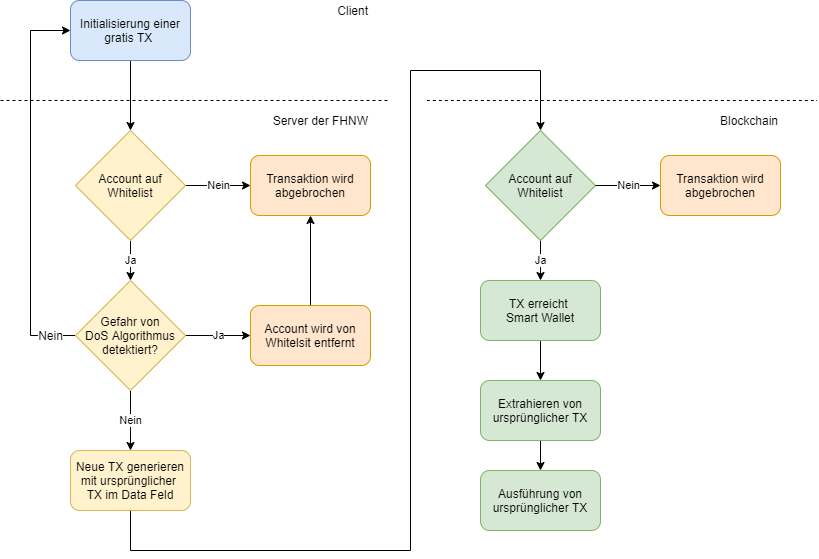
The draw.io diagram Report/images/flow_solution3_v2.png in Geryones/BlockChain_TransactionManager, before a commit. Source tidied: cells renumbered, new cells last; positions are measured from the earlier drawing's top-left corner, leaving out a move shared by most shapes. The source it was exported from:
```xml
<mxGraphModel>
  <root>
    <mxCell id="0" />
    <mxCell id="1" parent="0" />
    <mxCell id="2" style="edgeStyle=orthogonalEdgeStyle;rounded=0;jettySize=auto;html=1;entryX=0.5;entryY=0;entryDx=0;entryDy=0;" parent="1" edge="1" source="3" target="9">
      <mxGeometry relative="1" as="geometry" />
    </mxCell>
    <mxCell id="3" value="Initialisierung einer gratis TX&amp;nbsp;" style="rounded=1;whiteSpace=wrap;html=1;fillColor=#dae8fc;strokeColor=#6c8ebf;" parent="1" vertex="1">
      <mxGeometry x="70" width="120" height="60" as="geometry" />
    </mxCell>
    <mxCell id="4" style="endArrow=none;dashed=1;html=1;" parent="1" edge="1">
      <mxGeometry relative="1" as="geometry">
        <mxPoint y="100" as="sourcePoint" />
        <mxPoint x="390" y="100" as="targetPoint" />
      </mxGeometry>
    </mxCell>
    <mxCell id="5" value="Client" style="text;html=1;strokeColor=none;fillColor=none;align=right;verticalAlign=middle;whiteSpace=wrap;rounded=0;" parent="1" vertex="1">
      <mxGeometry x="330" width="40" height="20" as="geometry" />
    </mxCell>
    <mxCell id="6" value="Server der FHNW" style="text;html=1;strokeColor=none;fillColor=none;align=right;verticalAlign=middle;whiteSpace=wrap;rounded=0;" parent="1" vertex="1">
      <mxGeometry x="260" y="110" width="110" height="20" as="geometry" />
    </mxCell>
    <mxCell id="7" value="Nein" style="edgeStyle=orthogonalEdgeStyle;rounded=0;jettySize=auto;html=1;" parent="1" edge="1" source="9" target="10">
      <mxGeometry relative="1" as="geometry" />
    </mxCell>
    <mxCell id="8" value="Ja" style="edgeStyle=orthogonalEdgeStyle;rounded=0;jettySize=auto;html=1;entryX=0.5;entryY=0;entryDx=0;entryDy=0;" parent="1" edge="1" source="9" target="21">
      <mxGeometry relative="1" as="geometry" />
    </mxCell>
    <mxCell id="9" value="Account auf&lt;br&gt;&lt;div style=&quot;&quot;&gt;&lt;span&gt;Whitelist&lt;/span&gt;&lt;/div&gt;" style="rhombus;whiteSpace=wrap;html=1;align=center;fillColor=#fff2cc;strokeColor=#d6b656;" parent="1" vertex="1">
      <mxGeometry x="75" y="130" width="110" height="110" as="geometry" />
    </mxCell>
    <mxCell id="10" value="Transaktion wird&lt;br&gt;abgebrochen" style="rounded=1;whiteSpace=wrap;html=1;align=center;fillColor=#ffe6cc;strokeColor=#d79b00;" parent="1" vertex="1">
      <mxGeometry x="250" y="155" width="120" height="60" as="geometry" />
    </mxCell>
    <mxCell id="11" style="edgeStyle=orthogonalEdgeStyle;rounded=0;jettySize=auto;html=1;entryX=0.5;entryY=0;entryDx=0;entryDy=0;exitX=0.5;exitY=1;exitDx=0;exitDy=0;" parent="1" edge="1" source="12" target="23">
      <mxGeometry relative="1" as="geometry">
        <Array as="points">
          <mxPoint x="130" y="550" />
          <mxPoint x="410" y="550" />
          <mxPoint x="410" y="70" />
          <mxPoint x="540" y="70" />
        </Array>
      </mxGeometry>
    </mxCell>
    <mxCell id="12" value="Neue TX generieren&lt;br&gt;mit ursprünglicher &lt;br&gt;TX im Data Feld" style="rounded=1;whiteSpace=wrap;html=1;align=center;fillColor=#fff2cc;strokeColor=#d6b656;" parent="1" vertex="1">
      <mxGeometry x="70" y="450" width="120" height="60" as="geometry" />
    </mxCell>
    <mxCell id="13" style="edgeStyle=orthogonalEdgeStyle;rounded=0;jettySize=auto;html=1;entryX=0.5;entryY=1;entryDx=0;entryDy=0;" parent="1" edge="1" source="14" target="10">
      <mxGeometry relative="1" as="geometry" />
    </mxCell>
    <mxCell id="14" value="Account wird von&lt;br&gt;Whitelsit entfernt" style="rounded=1;whiteSpace=wrap;html=1;align=center;fillColor=#ffe6cc;strokeColor=#d79b00;" parent="1" vertex="1">
      <mxGeometry x="250" y="305" width="120" height="60" as="geometry" />
    </mxCell>
    <mxCell id="15" style="endArrow=none;dashed=1;html=1;" parent="1" edge="1">
      <mxGeometry relative="1" as="geometry">
        <mxPoint x="426.3" y="100" as="sourcePoint" />
        <mxPoint x="816.3" y="100" as="targetPoint" />
      </mxGeometry>
    </mxCell>
    <mxCell id="16" value="Blockchain" style="text;html=1;strokeColor=none;fillColor=none;align=right;verticalAlign=middle;whiteSpace=wrap;rounded=0;" parent="1" vertex="1">
      <mxGeometry x="670" y="110" width="110" height="20" as="geometry" />
    </mxCell>
    <mxCell id="17" value="Ja" style="edgeStyle=orthogonalEdgeStyle;rounded=0;jettySize=auto;html=1;entryX=0;entryY=0.5;entryDx=0;entryDy=0;" parent="1" edge="1" source="21" target="14">
      <mxGeometry relative="1" as="geometry" />
    </mxCell>
    <mxCell id="18" value="Nein" style="edgeStyle=orthogonalEdgeStyle;rounded=0;jettySize=auto;html=1;entryX=0.5;entryY=0;entryDx=0;entryDy=0;" parent="1" edge="1" source="21" target="12">
      <mxGeometry relative="1" as="geometry" />
    </mxCell>
    <mxCell id="19" style="edgeStyle=orthogonalEdgeStyle;rounded=0;jettySize=auto;html=1;entryX=0;entryY=0.5;entryDx=0;entryDy=0;" parent="1" edge="1" source="21" target="3">
      <mxGeometry relative="1" as="geometry">
        <Array as="points">
          <mxPoint x="30" y="335" />
          <mxPoint x="30" y="30" />
        </Array>
      </mxGeometry>
    </mxCell>
    <mxCell id="20" value="Nein" style="text;html=1;align=center;verticalAlign=middle;labelBackgroundColor=#ffffff;" parent="19" vertex="1">
      <mxGeometry x="-0.83" y="-1" relative="1" as="geometry">
        <mxPoint x="8.3" y="1" as="offset" />
      </mxGeometry>
    </mxCell>
    <mxCell id="21" value="Gefahr von&lt;br&gt;DoS Algorithmus&lt;br&gt;detektiert?" style="rhombus;whiteSpace=wrap;html=1;align=center;fillColor=#fff2cc;strokeColor=#d6b656;" parent="1" vertex="1">
      <mxGeometry x="75" y="280" width="110" height="110" as="geometry" />
    </mxCell>
    <mxCell id="22" value="Ja" style="edgeStyle=orthogonalEdgeStyle;rounded=0;jettySize=auto;html=1;entryX=0.5;entryY=0;entryDx=0;entryDy=0;" parent="1" edge="1" source="23" target="27">
      <mxGeometry relative="1" as="geometry" />
    </mxCell>
    <mxCell id="23" value="Account auf&lt;br&gt;&lt;div style=&quot;&quot;&gt;&lt;span&gt;Whitelist&lt;/span&gt;&lt;/div&gt;" style="rhombus;whiteSpace=wrap;html=1;align=center;fillColor=#d5e8d4;strokeColor=#82b366;" parent="1" vertex="1">
      <mxGeometry x="485" y="130" width="110" height="110" as="geometry" />
    </mxCell>
    <mxCell id="24" value="Transaktion wird&lt;br&gt;abgebrochen" style="rounded=1;whiteSpace=wrap;html=1;align=center;fillColor=#ffe6cc;strokeColor=#d79b00;" parent="1" vertex="1">
      <mxGeometry x="660" y="155" width="120" height="60" as="geometry" />
    </mxCell>
    <mxCell id="25" value="Nein" style="edgeStyle=orthogonalEdgeStyle;rounded=0;jettySize=auto;html=1;" parent="1" edge="1" source="23" target="24">
      <mxGeometry relative="1" as="geometry" />
    </mxCell>
    <mxCell id="26" style="edgeStyle=orthogonalEdgeStyle;rounded=0;jettySize=auto;html=1;entryX=0.5;entryY=0;entryDx=0;entryDy=0;" parent="1" edge="1" source="27" target="29">
      <mxGeometry relative="1" as="geometry" />
    </mxCell>
    <mxCell id="27" value="TX erreicht &lt;br&gt;Smart Wallet" style="rounded=1;whiteSpace=wrap;html=1;align=center;fillColor=#d5e8d4;strokeColor=#82b366;" parent="1" vertex="1">
      <mxGeometry x="480" y="280" width="120" height="60" as="geometry" />
    </mxCell>
    <mxCell id="28" style="edgeStyle=orthogonalEdgeStyle;rounded=0;jettySize=auto;html=1;entryX=0.5;entryY=0;entryDx=0;entryDy=0;" parent="1" edge="1" source="29" target="30">
      <mxGeometry relative="1" as="geometry" />
    </mxCell>
    <mxCell id="29" value="Extrahieren von ursprünglicher TX" style="rounded=1;whiteSpace=wrap;html=1;align=center;fillColor=#d5e8d4;strokeColor=#82b366;" parent="1" vertex="1">
      <mxGeometry x="480" y="380" width="120" height="60" as="geometry" />
    </mxCell>
    <mxCell id="30" value="Ausführung von ursprünglicher TX" style="rounded=1;whiteSpace=wrap;html=1;align=center;fillColor=#d5e8d4;strokeColor=#82b366;" parent="1" vertex="1">
      <mxGeometry x="480" y="470" width="120" height="60" as="geometry" />
    </mxCell>
  </root>
</mxGraphModel>
```
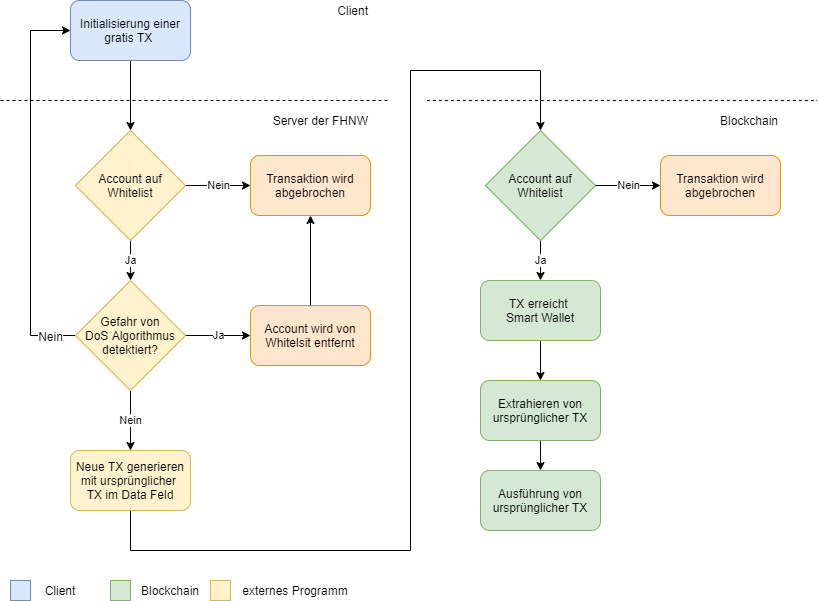
After the commit.

The edit, as a diff of the source:
```diff
@@ -109,5 +109,23 @@
     <mxCell id="30" value="Ausführung von ursprünglicher TX" style="rounded=1;whiteSpace=wrap;html=1;align=center;fillColor=#d5e8d4;strokeColor=#82b366;" parent="1" vertex="1">
       <mxGeometry x="480" y="470" width="120" height="60" as="geometry" />
     </mxCell>
+    <mxCell id="31" style="rounded=0;whiteSpace=wrap;html=1;fillColor=#dae8fc;strokeColor=#6c8ebf;" parent="1" vertex="1">
+      <mxGeometry x="10" y="580" width="20" height="20" as="geometry" />
+    </mxCell>
+    <mxCell id="32" value="Client" style="text;html=1;strokeColor=none;fillColor=none;align=center;verticalAlign=middle;whiteSpace=wrap;rounded=0;" parent="1" vertex="1">
+      <mxGeometry x="40" y="580" width="40" height="20" as="geometry" />
+    </mxCell>
+    <mxCell id="33" style="rounded=0;whiteSpace=wrap;html=1;fillColor=#d5e8d4;strokeColor=#82b366;" parent="1" vertex="1">
+      <mxGeometry x="110" y="580" width="20" height="20" as="geometry" />
+    </mxCell>
+    <mxCell id="34" value="Blockchain" style="text;html=1;align=center;verticalAlign=middle;whiteSpace=wrap;rounded=0;" parent="1" vertex="1">
+      <mxGeometry x="150" y="580" width="40" height="20" as="geometry" />
+    </mxCell>
+    <mxCell id="35" value="externes Programm" style="text;html=1;strokeColor=none;fillColor=none;align=center;verticalAlign=middle;whiteSpace=wrap;rounded=0;" parent="1" vertex="1">
+      <mxGeometry x="240" y="580" width="110" height="20" as="geometry" />
+    </mxCell>
+    <mxCell id="36" style="rounded=0;whiteSpace=wrap;html=1;fillColor=#fff2cc;strokeColor=#d6b656;" parent="1" vertex="1">
+      <mxGeometry x="210" y="580" width="20" height="20" as="geometry" />
+    </mxCell>
   </root>
 </mxGraphModel>
```
